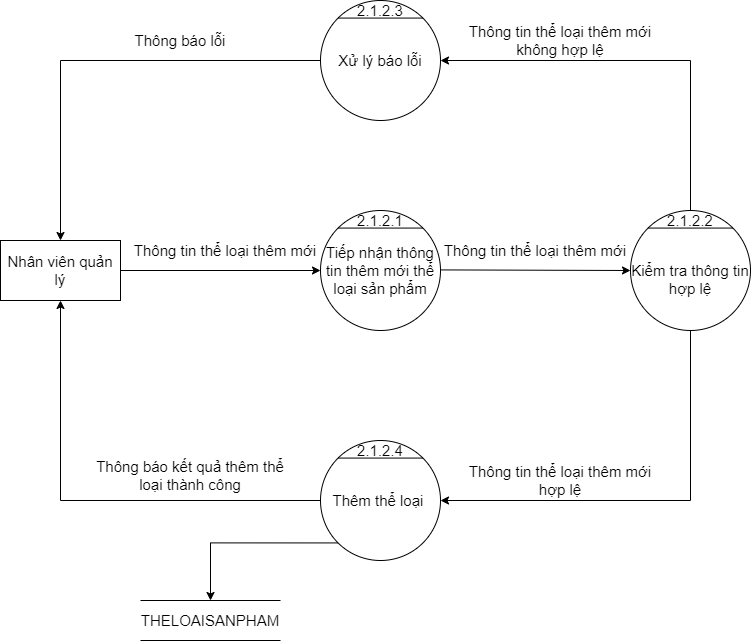
Earlier version of the draw.io export BFD&DFD/BFD&DFD mức 0, 1, 2, 3/DFD_3_QLClassify_Insert.png (hungtadasuke/CoffeShop_SoftwareTechnology). Source tidied: cells renumbered, new cells last; positions are measured from the earlier drawing's top-left corner, leaving out a move shared by most shapes.
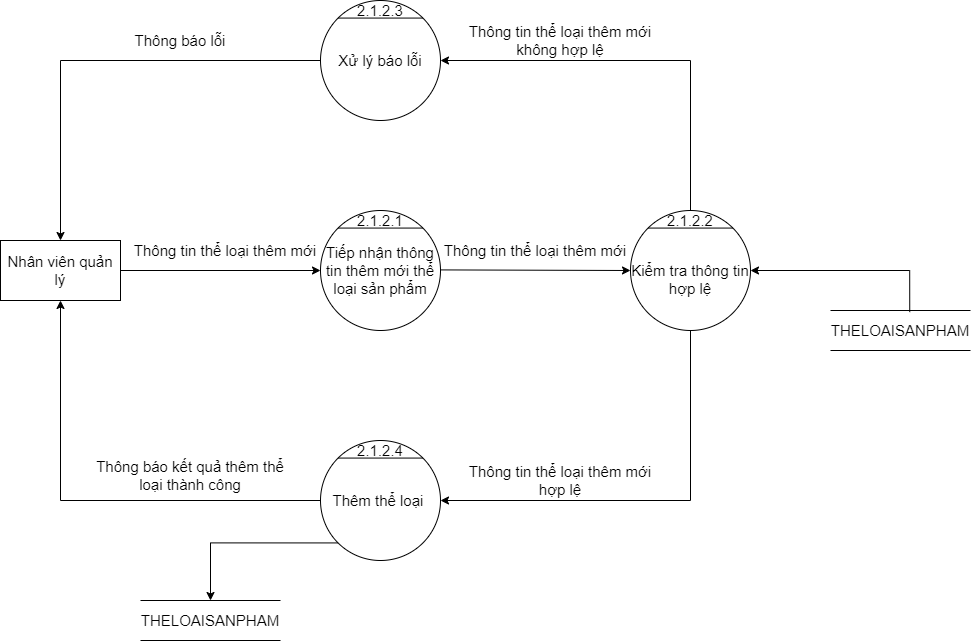
After the change.

The edit, as a diff of the source:
```diff
@@ -93,5 +93,15 @@
     <mxCell id="28" style="edgeStyle=segmentEdgeStyle;endArrow=classic;html=1;rounded=0;fontSize=15;entryX=0.5;entryY=0;entryDx=0;entryDy=0;exitX=0;exitY=1;exitDx=0;exitDy=0;" parent="1" edge="1" source="11" target="27">
       <mxGeometry relative="1" as="geometry" />
     </mxCell>
+    <mxCell id="29" value="&lt;font style=&quot;font-size: 15px&quot;&gt;THELOAISANPHAM&lt;/font&gt;" style="shape=partialRectangle;whiteSpace=wrap;html=1;left=0;right=0;fillColor=none;" parent="1" vertex="1">
+      <mxGeometry x="830" y="310" width="140" height="40" as="geometry" />
+    </mxCell>
+    <mxCell id="30" style="edgeStyle=segmentEdgeStyle;endArrow=classic;html=1;rounded=0;fontSize=15;entryX=1;entryY=0.5;entryDx=0;entryDy=0;exitX=0.566;exitY=0.04;exitDx=0;exitDy=0;exitPerimeter=0;" parent="1" edge="1" source="29" target="8">
+      <mxGeometry relative="1" as="geometry">
+        <Array as="points">
+          <mxPoint x="909" y="270" />
+        </Array>
+      </mxGeometry>
+    </mxCell>
   </root>
 </mxGraphModel>
```
